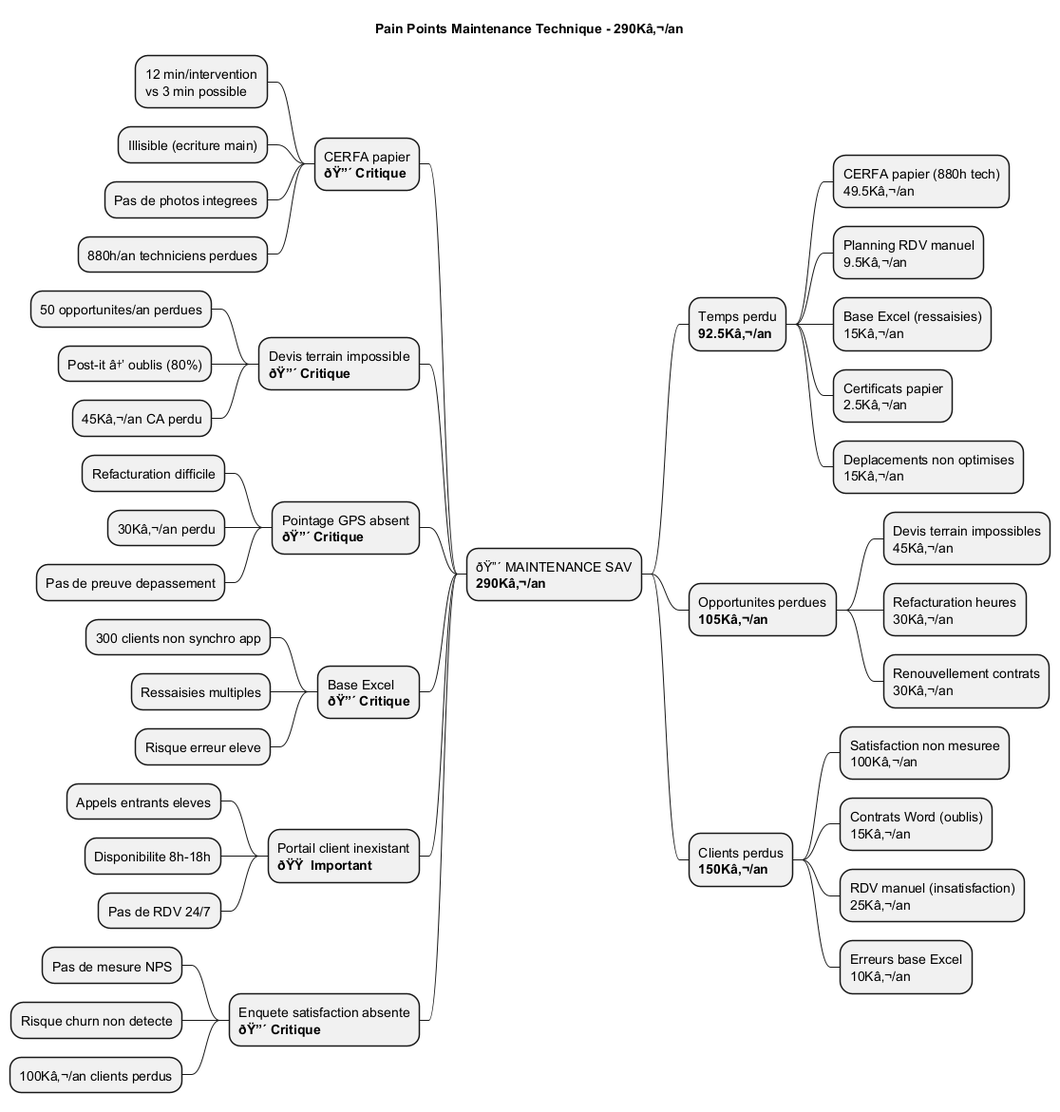
The PlantUML diagram Maintenance-Technique/uml/Pain_Points_Maintenance.png in JordanSerafini/Audit_Duret, before a commit. Its diagram source:
```plantuml
@startmindmap Pain_Points_Maintenance

title Pain Points Maintenance Technique - 290Kâ‚¬/an

* ðŸ”´ MAINTENANCE SAV\n**290Kâ‚¬/an**
** Temps perdu\n**92.5Kâ‚¬/an**
*** CERFA papier (880h tech)\n49.5Kâ‚¬/an
*** Planning RDV manuel\n9.5Kâ‚¬/an
*** Base Excel (ressaisies)\n15Kâ‚¬/an
*** Certificats papier\n2.5Kâ‚¬/an
*** Deplacements non optimises\n15Kâ‚¬/an

** Opportunites perdues\n**105Kâ‚¬/an**
*** Devis terrain impossibles\n45Kâ‚¬/an
*** Refacturation heures\n30Kâ‚¬/an
*** Renouvellement contrats\n30Kâ‚¬/an

** Clients perdus\n**150Kâ‚¬/an**
*** Satisfaction non mesuree\n100Kâ‚¬/an
*** Contrats Word (oublis)\n15Kâ‚¬/an
*** RDV manuel (insatisfaction)\n25Kâ‚¬/an
*** Erreurs base Excel\n10Kâ‚¬/an

left side

** CERFA papier\n**ðŸ”´ Critique**
*** 12 min/intervention\nvs 3 min possible
*** Illisible (ecriture main)
*** Pas de photos integrees
*** 880h/an techniciens perdues

** Devis terrain impossible\n**ðŸ”´ Critique**
*** 50 opportunites/an perdues
*** Post-it â†’ oublis (80%)
*** 45Kâ‚¬/an CA perdu

** Pointage GPS absent\n**ðŸ”´ Critique**
*** Refacturation difficile
*** 30Kâ‚¬/an perdu
*** Pas de preuve depassement

** Base Excel\n**ðŸ”´ Critique**
*** 300 clients non synchro app
*** Ressaisies multiples
*** Risque erreur eleve

** Portail client inexistant\n**ðŸŸ  Important**
*** Appels entrants eleves
*** Disponibilite 8h-18h
*** Pas de RDV 24/7

** Enquete satisfaction absente\n**ðŸ”´ Critique**
*** Pas de mesure NPS
*** Risque churn non detecte
*** 100Kâ‚¬/an clients perdus

@endmindmap
```
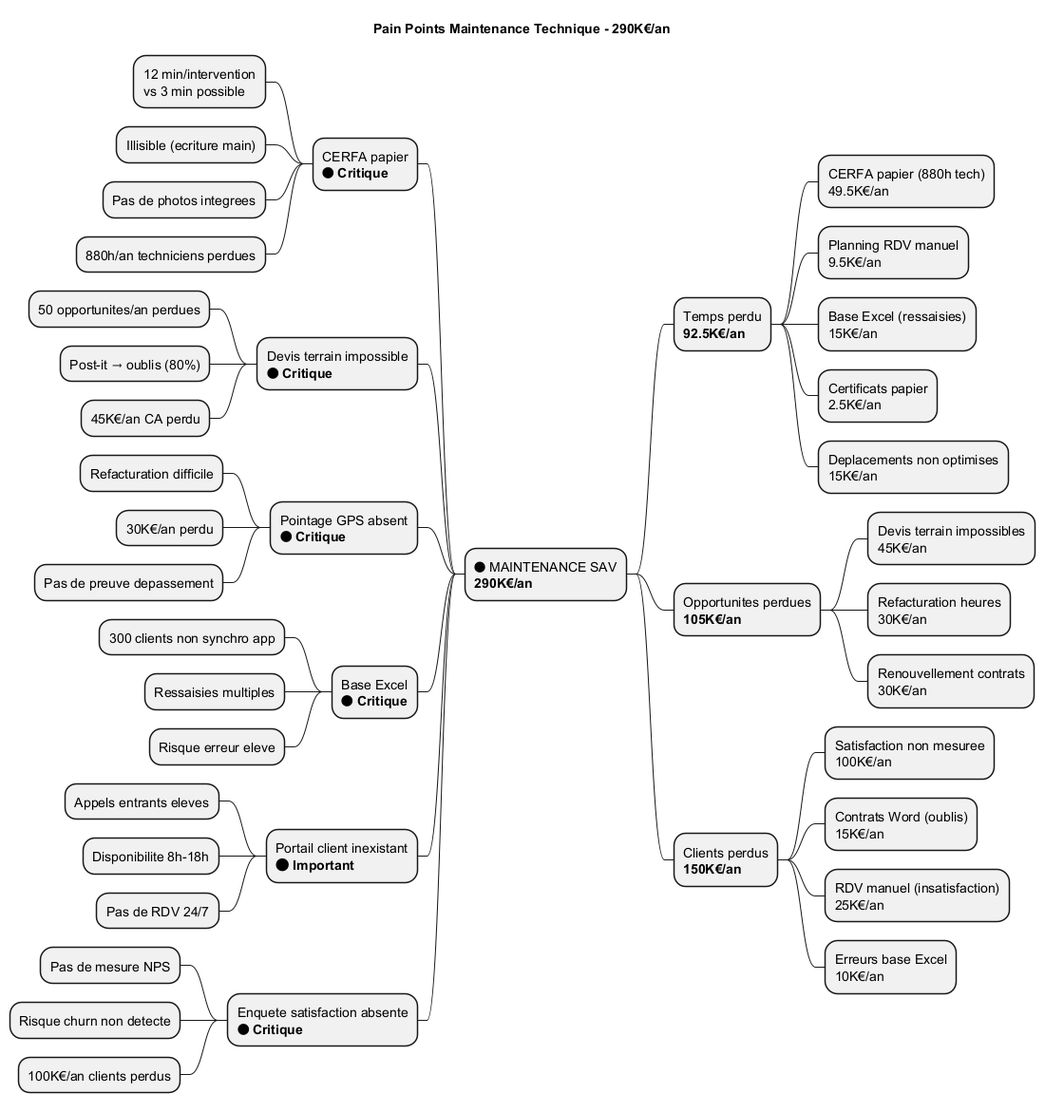
After the commit.

What changed in the source:
```diff
@@ -1,57 +1,57 @@
 @startmindmap Pain_Points_Maintenance
 
-title Pain Points Maintenance Technique - 290Kâ‚¬/an
+title Pain Points Maintenance Technique - 290K€/an
 
-* ðŸ”´ MAINTENANCE SAV\n**290Kâ‚¬/an**
-** Temps perdu\n**92.5Kâ‚¬/an**
-*** CERFA papier (880h tech)\n49.5Kâ‚¬/an
-*** Planning RDV manuel\n9.5Kâ‚¬/an
-*** Base Excel (ressaisies)\n15Kâ‚¬/an
-*** Certificats papier\n2.5Kâ‚¬/an
-*** Deplacements non optimises\n15Kâ‚¬/an
+* 🔴 MAINTENANCE SAV\n**290K€/an**
+** Temps perdu\n**92.5K€/an**
+*** CERFA papier (880h tech)\n49.5K€/an
+*** Planning RDV manuel\n9.5K€/an
+*** Base Excel (ressaisies)\n15K€/an
+*** Certificats papier\n2.5K€/an
+*** Deplacements non optimises\n15K€/an
 
-** Opportunites perdues\n**105Kâ‚¬/an**
-*** Devis terrain impossibles\n45Kâ‚¬/an
-*** Refacturation heures\n30Kâ‚¬/an
-*** Renouvellement contrats\n30Kâ‚¬/an
+** Opportunites perdues\n**105K€/an**
+*** Devis terrain impossibles\n45K€/an
+*** Refacturation heures\n30K€/an
+*** Renouvellement contrats\n30K€/an
 
-** Clients perdus\n**150Kâ‚¬/an**
-*** Satisfaction non mesuree\n100Kâ‚¬/an
-*** Contrats Word (oublis)\n15Kâ‚¬/an
-*** RDV manuel (insatisfaction)\n25Kâ‚¬/an
-*** Erreurs base Excel\n10Kâ‚¬/an
+** Clients perdus\n**150K€/an**
+*** Satisfaction non mesuree\n100K€/an
+*** Contrats Word (oublis)\n15K€/an
+*** RDV manuel (insatisfaction)\n25K€/an
+*** Erreurs base Excel\n10K€/an
 
 left side
 
-** CERFA papier\n**ðŸ”´ Critique**
+** CERFA papier\n**🔴 Critique**
 *** 12 min/intervention\nvs 3 min possible
 *** Illisible (ecriture main)
 *** Pas de photos integrees
 *** 880h/an techniciens perdues
 
-** Devis terrain impossible\n**ðŸ”´ Critique**
+** Devis terrain impossible\n**🔴 Critique**
 *** 50 opportunites/an perdues
-*** Post-it â†’ oublis (80%)
-*** 45Kâ‚¬/an CA perdu
+*** Post-it → oublis (80%)
+*** 45K€/an CA perdu
 
-** Pointage GPS absent\n**ðŸ”´ Critique**
+** Pointage GPS absent\n**🔴 Critique**
 *** Refacturation difficile
-*** 30Kâ‚¬/an perdu
+*** 30K€/an perdu
 *** Pas de preuve depassement
 
-** Base Excel\n**ðŸ”´ Critique**
+** Base Excel\n**🔴 Critique**
 *** 300 clients non synchro app
 *** Ressaisies multiples
 *** Risque erreur eleve
 
-** Portail client inexistant\n**ðŸŸ  Important**
+** Portail client inexistant\n**🟠 Important**
 *** Appels entrants eleves
 *** Disponibilite 8h-18h
 *** Pas de RDV 24/7
 
-** Enquete satisfaction absente\n**ðŸ”´ Critique**
+** Enquete satisfaction absente\n**🔴 Critique**
 *** Pas de mesure NPS
 *** Risque churn non detecte
-*** 100Kâ‚¬/an clients perdus
+*** 100K€/an clients perdus
 
 @endmindmap
```
